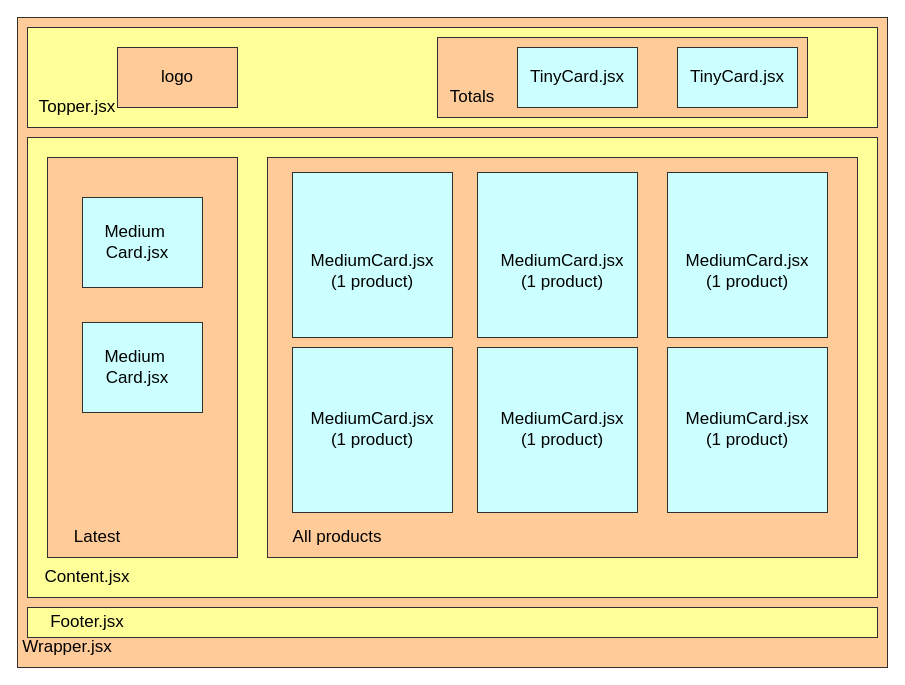
This is g9-dashboard/wireframe.drawio from 1120CDFSNCN29ARED/grupo-09, a draw.io file, before an edit. Source tidied: cells renumbered, new cells numbered last; positions are measured from the earlier drawing's top-left corner, leaving out a move shared by most shapes. Both pictures are drawn from the tidied source at 100%, with x=0, y=0 at pixel (17, 17).
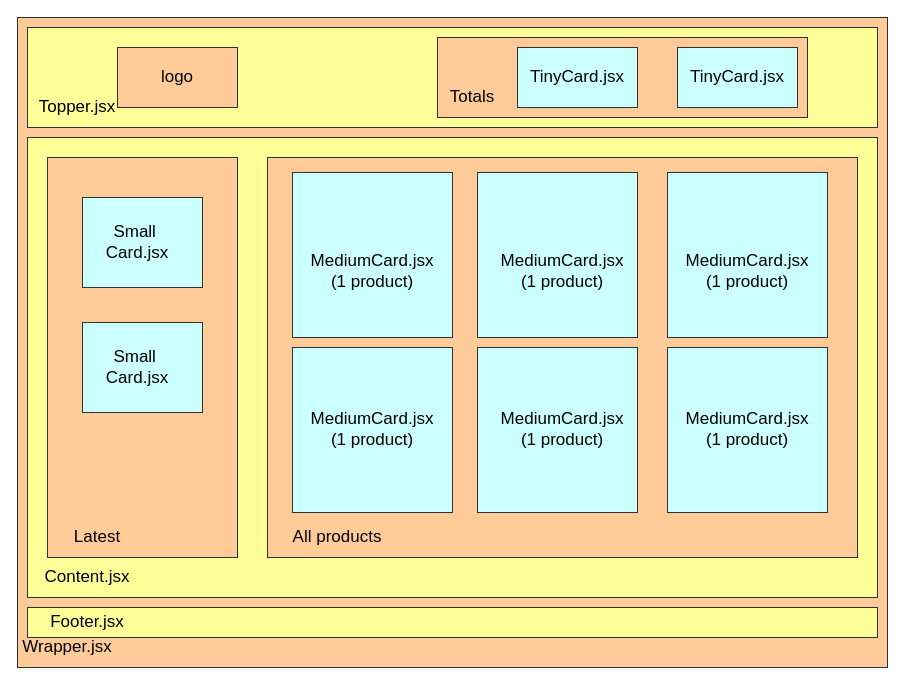
The same diagram, later.

The edit, as a diff of the source:
```diff
@@
-    <mxCell id="30" value="Medium&amp;nbsp;&lt;br&gt;Card.jsx" style="text;html=1;strokeColor=none;fillColor=none;align=center;verticalAlign=middle;whiteSpace=wrap;rounded=0;fontColor=#000000;fontSize=17;" parent="1" vertex="1">
+    <mxCell id="30" value="Small&amp;nbsp;&lt;br&gt;Card.jsx" style="text;html=1;strokeColor=none;fillColor=none;align=center;verticalAlign=middle;whiteSpace=wrap;rounded=0;fontColor=#000000;fontSize=17;" parent="1" vertex="1">
       <mxGeometry x="60" y="198.8" width="120" height="52.5" as="geometry" />
     </mxCell>
-    <mxCell id="31" value="Medium&amp;nbsp;&lt;br&gt;Card.jsx" style="text;html=1;strokeColor=none;fillColor=none;align=center;verticalAlign=middle;whiteSpace=wrap;rounded=0;fontColor=#000000;fontSize=17;" parent="1" vertex="1">
+    <mxCell id="31" value="Small&amp;nbsp;&lt;br&gt;Card.jsx" style="text;html=1;strokeColor=none;fillColor=none;align=center;verticalAlign=middle;whiteSpace=wrap;rounded=0;fontColor=#000000;fontSize=17;" parent="1" vertex="1">
       <mxGeometry x="60" y="323.8" width="120" height="52.5" as="geometry" />
     </mxCell>
```
